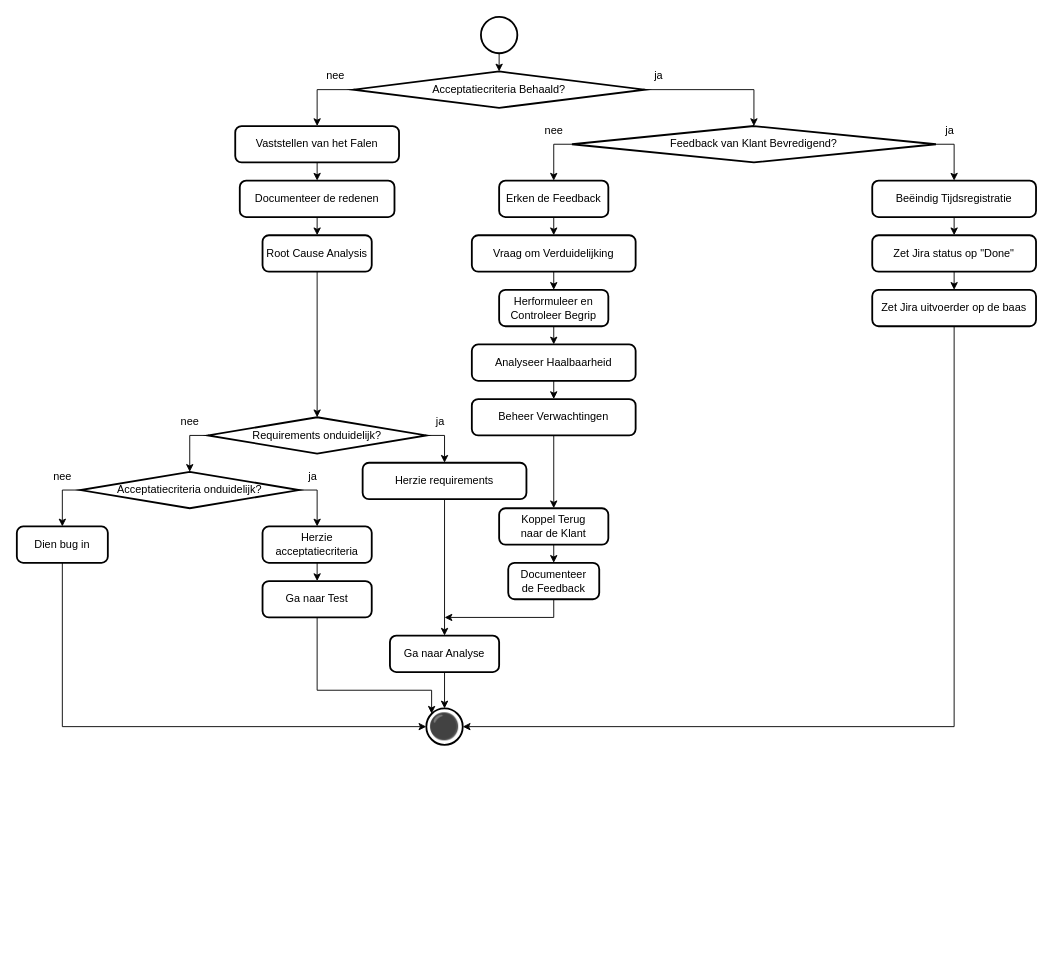
Earlier version of the draw.io diagram 6 Issue Tracker review.drawio (Zaibatsu89/IssueTracker). Source tidied: cells renumbered, new cells numbered last; positions are measured from the earlier drawing's top-left corner, leaving out a move shared by most shapes. Both pictures are drawn from the tidied source at 91%, with x=0, y=0 at pixel (16, 16).
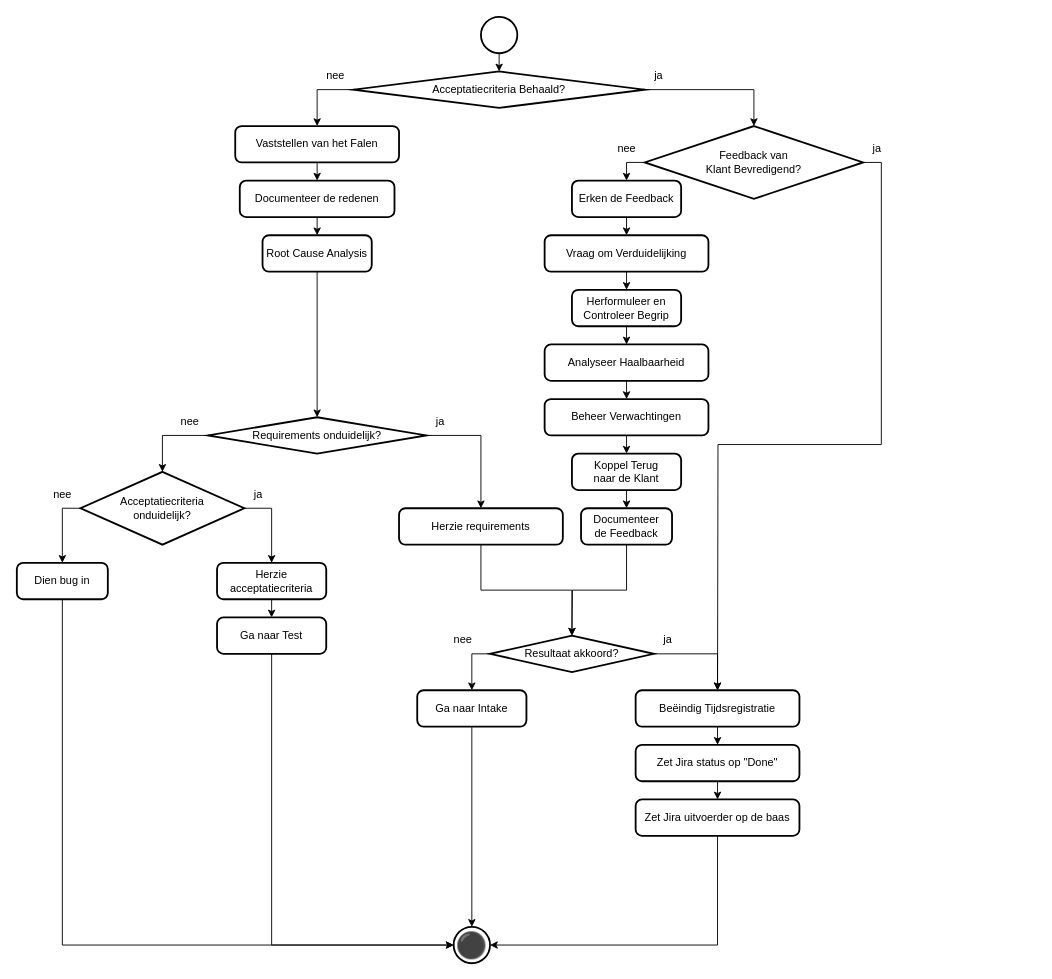
The same diagram, later.

Commit message:
intake opnieuw? in flowcharts

Change to the diagram source:
```diff
@@
-    <mxCell id="11" style="edgeStyle=orthogonalEdgeStyle;rounded=0;jettySize=auto;html=1;exitX=1;exitY=0.5;exitDx=0;exitDy=0;exitPerimeter=0;entryX=0.5;entryY=0;entryDx=0;entryDy=0;" parent="1" edge="1" source="13" target="18">
-      <mxGeometry relative="1" as="geometry" />
-    </mxCell>
@@
+    <mxCell id="61" style="edgeStyle=orthogonalEdgeStyle;rounded=0;jettySize=auto;html=1;exitX=1;exitY=0.5;exitDx=0;exitDy=0;exitPerimeter=0;" parent="1" edge="1" source="13">
+      <mxGeometry relative="1" as="geometry">
+        <mxPoint x="770" y="740" as="targetPoint" />
+      </mxGeometry>
+    </mxCell>
-    <mxCell id="13" value="Feedback van Klant Bevredigend?" style="strokeWidth=2;html=1;shape=mxgraph.flowchart.decision;whiteSpace=wrap;" parent="1" vertex="1">
-      <mxGeometry x="610" y="120" width="400" height="40" as="geometry" />
+    <mxCell id="13" value="Feedback van&lt;br&gt;Klant Bevredigend?" style="strokeWidth=2;html=1;shape=mxgraph.flowchart.decision;whiteSpace=wrap;" parent="1" vertex="1">
+      <mxGeometry x="690" y="120" width="240" height="80" as="geometry" />
     </mxCell>
@@
-    <mxCell id="15" style="edgeStyle=orthogonalEdgeStyle;rounded=0;jettySize=auto;html=1;exitX=0.5;exitY=1;exitDx=0;exitDy=0;entryX=0.5;entryY=0;entryDx=0;entryDy=0;" parent="1" edge="1" source="16" target="49">
-      <mxGeometry relative="1" as="geometry" />
+    <mxCell id="15" style="edgeStyle=orthogonalEdgeStyle;rounded=0;jettySize=auto;html=1;exitX=0.5;exitY=1;exitDx=0;exitDy=0;entryX=0.5;entryY=0;entryDx=0;entryDy=0;" parent="1" edge="1" source="16">
+      <mxGeometry relative="1" as="geometry">
+        <mxPoint x="670" y="240" as="targetPoint" />
+      </mxGeometry>
     </mxCell>
     <mxCell id="16" value="Erken de Feedback" style="rounded=1;whiteSpace=wrap;html=1;absoluteArcSize=1;arcSize=14;strokeWidth=2;" parent="1" vertex="1">
-      <mxGeometry x="530" y="180" width="120" height="40" as="geometry" />
+      <mxGeometry x="610" y="180" width="120" height="40" as="geometry" />
     </mxCell>
@@
     <mxCell id="18" value="Beëindig Tijdsregistratie" style="rounded=1;whiteSpace=wrap;html=1;absoluteArcSize=1;arcSize=14;strokeWidth=2;" parent="1" vertex="1">
-      <mxGeometry x="940" y="180" width="180" height="40" as="geometry" />
+      <mxGeometry x="680" y="740" width="180" height="40" as="geometry" />
     </mxCell>
     <mxCell id="19" value="nee" style="text;html=1;align=center;verticalAlign=middle;strokeColor=none;fillColor=none;" parent="1" vertex="1">
-      <mxGeometry x="570" y="110" width="40" height="30" as="geometry" />
+      <mxGeometry x="650" y="130" width="40" height="30" as="geometry" />
     </mxCell>
     <mxCell id="20" value="ja" style="text;html=1;align=center;verticalAlign=middle;strokeColor=none;fillColor=none;" parent="1" vertex="1">
-      <mxGeometry x="1010" y="110" width="30" height="30" as="geometry" />
+      <mxGeometry x="930" y="130" width="30" height="30" as="geometry" />
     </mxCell>
     <mxCell id="21" value="⚫" style="strokeWidth=2;html=1;shape=mxgraph.flowchart.start_2;whiteSpace=wrap;fontSize=28;" parent="1" vertex="1">
-      <mxGeometry x="450" y="760" width="40" height="40" as="geometry" />
+      <mxGeometry x="480" y="1000" width="40" height="40" as="geometry" />
     </mxCell>
@@
     <mxCell id="23" value="Zet Jira status op &quot;Done&quot;" style="rounded=1;whiteSpace=wrap;html=1;absoluteArcSize=1;arcSize=14;strokeWidth=2;" parent="1" vertex="1">
-      <mxGeometry x="940" y="240" width="180" height="40" as="geometry" />
+      <mxGeometry x="680" y="800" width="180" height="40" as="geometry" />
     </mxCell>
     <mxCell id="24" value="Zet Jira uitvoerder op de baas" style="rounded=1;whiteSpace=wrap;html=1;absoluteArcSize=1;arcSize=14;strokeWidth=2;" parent="1" vertex="1">
-      <mxGeometry x="940" y="300" width="180" height="40" as="geometry" />
+      <mxGeometry x="680" y="860" width="180" height="40" as="geometry" />
     </mxCell>
@@
-    <mxCell id="29" style="edgeStyle=orthogonalEdgeStyle;rounded=0;jettySize=auto;html=1;exitX=0.5;exitY=1;exitDx=0;exitDy=0;entryX=0.5;entryY=0;entryDx=0;entryDy=0;" parent="1" edge="1" source="30" target="31">
-      <mxGeometry relative="1" as="geometry" />
-    </mxCell>
     <mxCell id="30" value="Herzie requirements" style="rounded=1;whiteSpace=wrap;html=1;absoluteArcSize=1;arcSize=14;strokeWidth=2;" parent="1" vertex="1">
-      <mxGeometry x="380" y="490" width="180" height="40" as="geometry" />
+      <mxGeometry x="420" y="540" width="180" height="40" as="geometry" />
     </mxCell>
-    <mxCell id="31" value="Ga naar Analyse" style="rounded=1;whiteSpace=wrap;html=1;absoluteArcSize=1;arcSize=14;strokeWidth=2;" parent="1" vertex="1">
-      <mxGeometry x="410" y="680" width="120" height="40" as="geometry" />
-    </mxCell>
@@
-    <mxCell id="34" value="Acceptatiecriteria onduidelijk?" style="strokeWidth=2;html=1;shape=mxgraph.flowchart.decision;whiteSpace=wrap;" parent="1" vertex="1">
-      <mxGeometry x="70" y="500" width="240" height="40" as="geometry" />
+    <mxCell id="34" value="Acceptatiecriteria&lt;br&gt;onduidelijk?" style="strokeWidth=2;html=1;shape=mxgraph.flowchart.decision;whiteSpace=wrap;" parent="1" vertex="1">
+      <mxGeometry x="70" y="500" width="180" height="80" as="geometry" />
     </mxCell>
@@
     <mxCell id="39" value="Herzie&lt;div&gt;acceptatiecriteria&lt;/div&gt;" style="rounded=1;whiteSpace=wrap;html=1;absoluteArcSize=1;arcSize=14;strokeWidth=2;" parent="1" vertex="1">
-      <mxGeometry x="270" y="560" width="120" height="40" as="geometry" />
+      <mxGeometry x="220" y="600" width="120" height="40" as="geometry" />
     </mxCell>
     <mxCell id="40" value="Dien bug in" style="rounded=1;whiteSpace=wrap;html=1;absoluteArcSize=1;arcSize=14;strokeWidth=2;" parent="1" vertex="1">
-      <mxGeometry y="560" width="100" height="40" as="geometry" />
+      <mxGeometry y="600" width="100" height="40" as="geometry" />
     </mxCell>
     <mxCell id="41" value="Ga naar Test" style="rounded=1;whiteSpace=wrap;html=1;absoluteArcSize=1;arcSize=14;strokeWidth=2;" parent="1" vertex="1">
-      <mxGeometry x="270" y="620" width="120" height="40" as="geometry" />
+      <mxGeometry x="220" y="660" width="120" height="40" as="geometry" />
     </mxCell>
-    <mxCell id="42" style="edgeStyle=orthogonalEdgeStyle;rounded=0;jettySize=auto;html=1;exitX=0.5;exitY=1;exitDx=0;exitDy=0;entryX=0;entryY=0.5;entryDx=0;entryDy=0;entryPerimeter=0;" parent="1" edge="1" source="40" target="21">
-      <mxGeometry relative="1" as="geometry" />
-    </mxCell>
     <mxCell id="43" value="nee" style="text;html=1;align=center;verticalAlign=middle;strokeColor=none;fillColor=none;" parent="1" vertex="1">
-      <mxGeometry x="30" y="490" width="40" height="30" as="geometry" />
+      <mxGeometry x="30" y="510" width="40" height="30" as="geometry" />
     </mxCell>
     <mxCell id="44" value="ja" style="text;html=1;align=center;verticalAlign=middle;strokeColor=none;fillColor=none;" parent="1" vertex="1">
-      <mxGeometry x="310" y="490" width="30" height="30" as="geometry" />
+      <mxGeometry x="250" y="510" width="30" height="30" as="geometry" />
     </mxCell>
@@
-    <mxCell id="46" style="edgeStyle=orthogonalEdgeStyle;rounded=0;jettySize=auto;html=1;exitX=0.5;exitY=1;exitDx=0;exitDy=0;entryX=0.5;entryY=0;entryDx=0;entryDy=0;entryPerimeter=0;" parent="1" edge="1" source="31" target="21">
-      <mxGeometry relative="1" as="geometry" />
-    </mxCell>
-    <mxCell id="47" style="edgeStyle=orthogonalEdgeStyle;rounded=0;jettySize=auto;html=1;exitX=0.5;exitY=1;exitDx=0;exitDy=0;entryX=1;entryY=0.5;entryDx=0;entryDy=0;entryPerimeter=0;" parent="1" edge="1" source="24" target="21">
-      <mxGeometry relative="1" as="geometry" />
-    </mxCell>
-    <mxCell id="48" style="edgeStyle=orthogonalEdgeStyle;rounded=0;jettySize=auto;html=1;exitX=0.5;exitY=1;exitDx=0;exitDy=0;entryX=0.5;entryY=0;entryDx=0;entryDy=0;" parent="1" edge="1" source="49" target="51">
-      <mxGeometry relative="1" as="geometry" />
+    <mxCell id="48" style="edgeStyle=orthogonalEdgeStyle;rounded=0;jettySize=auto;html=1;exitX=0.5;exitY=1;exitDx=0;exitDy=0;entryX=0.5;entryY=0;entryDx=0;entryDy=0;" parent="1" edge="1" target="51">
+      <mxGeometry relative="1" as="geometry">
+        <mxPoint x="670" y="280" as="sourcePoint" />
+      </mxGeometry>
     </mxCell>
     <mxCell id="49" value="Vraag om Verduidelijking" style="rounded=1;whiteSpace=wrap;html=1;absoluteArcSize=1;arcSize=14;strokeWidth=2;" parent="1" vertex="1">
-      <mxGeometry x="500" y="240" width="180" height="40" as="geometry" />
+      <mxGeometry x="580" y="240" width="180" height="40" as="geometry" />
     </mxCell>
-    <mxCell id="50" style="edgeStyle=orthogonalEdgeStyle;rounded=0;jettySize=auto;html=1;exitX=0.5;exitY=1;exitDx=0;exitDy=0;entryX=0.5;entryY=0;entryDx=0;entryDy=0;" parent="1" edge="1" source="51" target="53">
-      <mxGeometry relative="1" as="geometry" />
+    <mxCell id="50" style="edgeStyle=orthogonalEdgeStyle;rounded=0;jettySize=auto;html=1;exitX=0.5;exitY=1;exitDx=0;exitDy=0;entryX=0.5;entryY=0;entryDx=0;entryDy=0;" parent="1" edge="1" source="51">
+      <mxGeometry relative="1" as="geometry">
+        <mxPoint x="670" y="360" as="targetPoint" />
+      </mxGeometry>
     </mxCell>
     <mxCell id="51" value="Herformuleer en Controleer Begrip" style="rounded=1;whiteSpace=wrap;html=1;absoluteArcSize=1;arcSize=14;strokeWidth=2;" parent="1" vertex="1">
-      <mxGeometry x="530" y="300" width="120" height="40" as="geometry" />
+      <mxGeometry x="610" y="300" width="120" height="40" as="geometry" />
     </mxCell>
-    <mxCell id="52" style="edgeStyle=orthogonalEdgeStyle;rounded=0;jettySize=auto;html=1;exitX=0.5;exitY=1;exitDx=0;exitDy=0;entryX=0.5;entryY=0;entryDx=0;entryDy=0;" parent="1" edge="1" source="53" target="55">
-      <mxGeometry relative="1" as="geometry" />
+    <mxCell id="52" style="edgeStyle=orthogonalEdgeStyle;rounded=0;orthogonalLoop=1;jettySize=auto;html=1;exitX=0.5;exitY=1;exitDx=0;exitDy=0;entryX=0.5;entryY=0;entryDx=0;entryDy=0;" parent="1" edge="1">
+      <mxGeometry relative="1" as="geometry">
+        <mxPoint x="670" y="400" as="sourcePoint" />
+        <mxPoint x="670" y="420" as="targetPoint" />
+      </mxGeometry>
     </mxCell>
     <mxCell id="53" value="Analyseer Haalbaarheid" style="rounded=1;whiteSpace=wrap;html=1;absoluteArcSize=1;arcSize=14;strokeWidth=2;" parent="1" vertex="1">
-      <mxGeometry x="500" y="360" width="180" height="40" as="geometry" />
+      <mxGeometry x="580" y="360" width="180" height="40" as="geometry" />
     </mxCell>
@@
     <mxCell id="55" value="Beheer Verwachtingen" style="rounded=1;whiteSpace=wrap;html=1;absoluteArcSize=1;arcSize=14;strokeWidth=2;" parent="1" vertex="1">
-      <mxGeometry x="500" y="420" width="180" height="40" as="geometry" />
+      <mxGeometry x="580" y="420" width="180" height="40" as="geometry" />
     </mxCell>
@@
     <mxCell id="57" value="Koppel Terug&lt;br&gt;naar de Klant" style="rounded=1;whiteSpace=wrap;html=1;absoluteArcSize=1;arcSize=14;strokeWidth=2;" parent="1" vertex="1">
-      <mxGeometry x="530" y="540" width="120" height="40" as="geometry" />
+      <mxGeometry x="610" y="480" width="120" height="40" as="geometry" />
     </mxCell>
-    <mxCell id="58" style="edgeStyle=orthogonalEdgeStyle;rounded=0;jettySize=auto;html=1;exitX=0.5;exitY=1;exitDx=0;exitDy=0;" parent="1" edge="1" source="59">
-      <mxGeometry relative="1" as="geometry">
-        <mxPoint x="470" y="660" as="targetPoint" />
-        <Array as="points">
-          <mxPoint x="590" y="660" />
-        </Array>
-      </mxGeometry>
-    </mxCell>
+    <mxCell id="62" style="edgeStyle=orthogonalEdgeStyle;rounded=0;jettySize=auto;html=1;exitX=0.5;exitY=1;exitDx=0;exitDy=0;" parent="1" edge="1" source="59">
+      <mxGeometry relative="1" as="geometry">
+        <mxPoint x="610" y="680" as="targetPoint" />
+      </mxGeometry>
+    </mxCell>
     <mxCell id="59" value="Documenteer&lt;br&gt;de Feedback" style="rounded=1;whiteSpace=wrap;html=1;absoluteArcSize=1;arcSize=14;strokeWidth=2;" parent="1" vertex="1">
-      <mxGeometry x="540" y="600" width="100" height="40" as="geometry" />
+      <mxGeometry x="620" y="540" width="100" height="40" as="geometry" />
     </mxCell>
+    <mxCell id="63" style="edgeStyle=orthogonalEdgeStyle;rounded=0;jettySize=auto;html=1;exitX=0;exitY=0.5;exitDx=0;exitDy=0;exitPerimeter=0;entryX=0.5;entryY=0;entryDx=0;entryDy=0;" parent="1" edge="1" source="65" target="67">
+      <mxGeometry relative="1" as="geometry" />
+    </mxCell>
+    <mxCell id="64" style="edgeStyle=orthogonalEdgeStyle;rounded=0;jettySize=auto;html=1;exitX=1;exitY=0.5;exitDx=0;exitDy=0;exitPerimeter=0;entryX=0.5;entryY=0;entryDx=0;entryDy=0;" parent="1" edge="1" source="65" target="18">
+      <mxGeometry relative="1" as="geometry" />
+    </mxCell>
+    <mxCell id="65" value="Resultaat akkoord?" style="strokeWidth=2;html=1;shape=mxgraph.flowchart.decision;whiteSpace=wrap;" parent="1" vertex="1">
+      <mxGeometry x="520" y="680" width="180" height="40" as="geometry" />
+    </mxCell>
-    <mxCell id="60" style="edgeStyle=orthogonalEdgeStyle;rounded=0;jettySize=auto;html=1;exitX=0.5;exitY=1;exitDx=0;exitDy=0;entryX=0.145;entryY=0.145;entryDx=0;entryDy=0;entryPerimeter=0;" parent="1" edge="1" source="41" target="21">
-      <mxGeometry relative="1" as="geometry">
-        <Array as="points">
-          <mxPoint x="330" y="740" />
-          <mxPoint x="456" y="740" />
-        </Array>
-      </mxGeometry>
+    <mxCell id="60" style="edgeStyle=orthogonalEdgeStyle;rounded=0;jettySize=auto;html=1;exitX=0.5;exitY=1;exitDx=0;exitDy=0;entryX=0;entryY=0.5;entryDx=0;entryDy=0;entryPerimeter=0;" parent="1" edge="1" source="41" target="21">
+      <mxGeometry relative="1" as="geometry" />
     </mxCell>
+    <mxCell id="42" style="edgeStyle=orthogonalEdgeStyle;rounded=0;jettySize=auto;html=1;exitX=0.5;exitY=1;exitDx=0;exitDy=0;entryX=0;entryY=0.5;entryDx=0;entryDy=0;entryPerimeter=0;" parent="1" edge="1" source="40" target="21">
+      <mxGeometry relative="1" as="geometry" />
+    </mxCell>
+    <mxCell id="47" style="edgeStyle=orthogonalEdgeStyle;rounded=0;jettySize=auto;html=1;exitX=0.5;exitY=1;exitDx=0;exitDy=0;entryX=1;entryY=0.5;entryDx=0;entryDy=0;entryPerimeter=0;" parent="1" edge="1" source="24" target="21">
+      <mxGeometry relative="1" as="geometry" />
+    </mxCell>
+    <mxCell id="66" value="ja" style="text;html=1;align=center;verticalAlign=middle;strokeColor=none;fillColor=none;" parent="1" vertex="1">
+      <mxGeometry x="700" y="670" width="30" height="30" as="geometry" />
+    </mxCell>
+    <mxCell id="67" value="Ga naar Intake" style="rounded=1;whiteSpace=wrap;html=1;absoluteArcSize=1;arcSize=14;strokeWidth=2;" parent="1" vertex="1">
+      <mxGeometry x="440" y="740" width="120" height="40" as="geometry" />
+    </mxCell>
+    <mxCell id="68" value="nee" style="text;html=1;align=center;verticalAlign=middle;strokeColor=none;fillColor=none;" parent="1" vertex="1">
+      <mxGeometry x="470" y="670" width="40" height="30" as="geometry" />
+    </mxCell>
+    <mxCell id="69" style="edgeStyle=orthogonalEdgeStyle;rounded=0;jettySize=auto;html=1;exitX=0.5;exitY=1;exitDx=0;exitDy=0;entryX=0.5;entryY=0;entryDx=0;entryDy=0;entryPerimeter=0;" parent="1" edge="1" source="67" target="21">
+      <mxGeometry relative="1" as="geometry" />
+    </mxCell>
+    <mxCell id="70" style="edgeStyle=orthogonalEdgeStyle;rounded=0;jettySize=auto;html=1;exitX=0.5;exitY=1;exitDx=0;exitDy=0;entryX=0.5;entryY=0;entryDx=0;entryDy=0;entryPerimeter=0;" parent="1" edge="1" source="30" target="65">
+      <mxGeometry relative="1" as="geometry" />
+    </mxCell>
```
